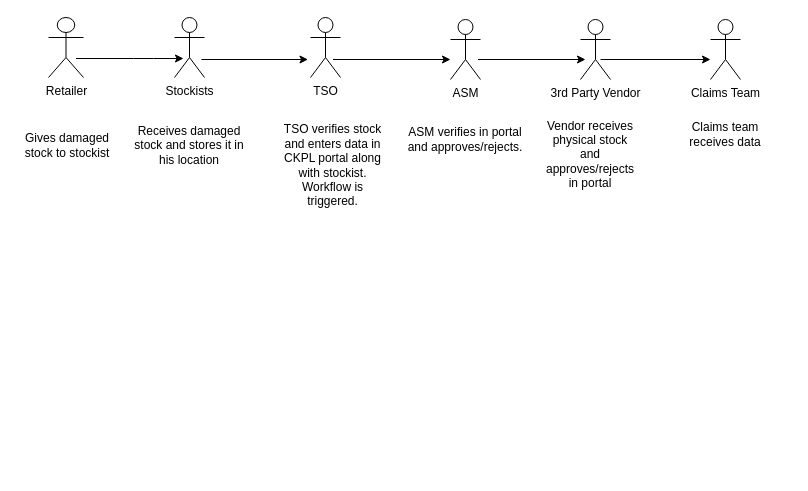
Before: images/Untitled Diagram.drawio in ashwinkumarcbe/hello-world, a draw.io diagram. Source tidied: cells renumbered, new cells numbered last; positions are measured from the earlier drawing's top-left corner, leaving out a move shared by most shapes. Both pictures are drawn from the tidied source at 100%, with x=0, y=0 at pixel (17, 17).
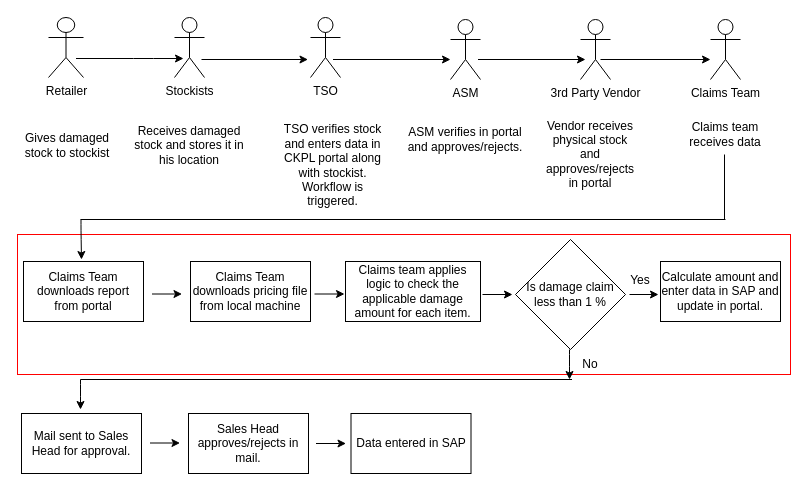
After the change.

Change to the diagram source:
```diff
@@
+    <mxCell id="19" style="rounded=0;whiteSpace=wrap;html=1;strokeColor=#FF0000;" parent="1" vertex="1">
+      <mxGeometry y="217" width="773" height="140" as="geometry" />
+    </mxCell>
@@
+    <mxCell id="20" value="Claims Team downloads report from portal" style="rounded=0;whiteSpace=wrap;html=1;" parent="1" vertex="1">
+      <mxGeometry x="6" y="244" width="120" height="60" as="geometry" />
+    </mxCell>
+    <mxCell id="21" value="Claims Team downloads pricing file from local machine" style="rounded=0;whiteSpace=wrap;html=1;" parent="1" vertex="1">
+      <mxGeometry x="173" y="244" width="120" height="60" as="geometry" />
+    </mxCell>
+    <mxCell id="22" value="Claims team applies logic to check the applicable damage amount for each item." style="rounded=0;whiteSpace=wrap;html=1;" parent="1" vertex="1">
+      <mxGeometry x="328" y="244" width="135" height="60" as="geometry" />
+    </mxCell>
+    <mxCell id="23" value="Is damage claim less than 1 %" style="rhombus;whiteSpace=wrap;html=1;" parent="1" vertex="1">
+      <mxGeometry x="498" y="222" width="110" height="110" as="geometry" />
+    </mxCell>
+    <mxCell id="24" value="Calculate amount and enter data in SAP and update in portal." style="rounded=0;whiteSpace=wrap;html=1;" parent="1" vertex="1">
+      <mxGeometry x="643" y="244" width="120" height="60" as="geometry" />
+    </mxCell>
+    <mxCell id="25" value="Mail sent to Sales Head for approval." style="rounded=0;whiteSpace=wrap;html=1;" parent="1" vertex="1">
+      <mxGeometry x="4" y="396" width="120" height="60" as="geometry" />
+    </mxCell>
+    <mxCell id="26" style="endArrow=none;html=1;" parent="1" edge="1">
+      <mxGeometry relative="1" as="geometry">
+        <mxPoint x="63" y="202" as="sourcePoint" />
+        <mxPoint x="708" y="202" as="targetPoint" />
+      </mxGeometry>
+    </mxCell>
+    <mxCell id="27" style="endArrow=none;html=1;" parent="1" edge="1">
+      <mxGeometry relative="1" as="geometry">
+        <mxPoint x="707" y="202" as="sourcePoint" />
+        <mxPoint x="707" y="137" as="targetPoint" />
+      </mxGeometry>
+    </mxCell>
+    <mxCell id="28" style="endArrow=classic;html=1;" parent="1" edge="1">
+      <mxGeometry relative="1" as="geometry">
+        <mxPoint x="134.5" y="276.5" as="sourcePoint" />
+        <mxPoint x="164.5" y="276.5" as="targetPoint" />
+      </mxGeometry>
+    </mxCell>
+    <mxCell id="29" style="endArrow=classic;html=1;" parent="1" edge="1">
+      <mxGeometry relative="1" as="geometry">
+        <mxPoint x="297" y="276.5" as="sourcePoint" />
+        <mxPoint x="327" y="276.5" as="targetPoint" />
+      </mxGeometry>
+    </mxCell>
+    <mxCell id="30" style="endArrow=classic;html=1;" parent="1" edge="1">
+      <mxGeometry relative="1" as="geometry">
+        <mxPoint x="465" y="277" as="sourcePoint" />
+        <mxPoint x="495" y="277" as="targetPoint" />
+      </mxGeometry>
+    </mxCell>
+    <mxCell id="31" style="endArrow=classic;html=1;" parent="1" edge="1">
+      <mxGeometry relative="1" as="geometry">
+        <mxPoint x="612" y="277" as="sourcePoint" />
+        <mxPoint x="641" y="277" as="targetPoint" />
+      </mxGeometry>
+    </mxCell>
+    <mxCell id="32" value="Sales Head approves/rejects in mail." style="rounded=0;whiteSpace=wrap;html=1;" parent="1" vertex="1">
+      <mxGeometry x="171" y="396" width="120" height="60" as="geometry" />
+    </mxCell>
+    <mxCell id="33" value="Data entered in SAP" style="rounded=0;whiteSpace=wrap;html=1;" parent="1" vertex="1">
+      <mxGeometry x="333.5" y="396" width="120" height="60" as="geometry" />
+    </mxCell>
+    <mxCell id="34" style="endArrow=classic;html=1;" parent="1" edge="1">
+      <mxGeometry relative="1" as="geometry">
+        <mxPoint x="132.5" y="425.5" as="sourcePoint" />
+        <mxPoint x="162.5" y="425.5" as="targetPoint" />
+      </mxGeometry>
+    </mxCell>
+    <mxCell id="35" style="endArrow=classic;html=1;" parent="1" edge="1">
+      <mxGeometry relative="1" as="geometry">
+        <mxPoint x="298.5" y="426" as="sourcePoint" />
+        <mxPoint x="328.5" y="426" as="targetPoint" />
+      </mxGeometry>
+    </mxCell>
+    <mxCell id="36" value="Yes" style="text;html=1;strokeColor=none;fillColor=none;align=center;verticalAlign=middle;whiteSpace=wrap;rounded=0;" parent="1" vertex="1">
+      <mxGeometry x="608" y="262" width="30" as="geometry" />
+    </mxCell>
+    <mxCell id="37" style="endArrow=none;html=1;" parent="1" edge="1">
+      <mxGeometry relative="1" as="geometry">
+        <mxPoint x="63" y="362" as="sourcePoint" />
+        <mxPoint x="554.5" y="362" as="targetPoint" />
+      </mxGeometry>
+    </mxCell>
+    <mxCell id="38" style="endArrow=classic;html=1;" parent="1" edge="1">
+      <mxGeometry relative="1" as="geometry">
+        <mxPoint x="552" y="332" as="sourcePoint" />
+        <mxPoint x="552" y="362" as="targetPoint" />
+        <Array as="points">
+          <mxPoint x="552" y="342" />
+        </Array>
+      </mxGeometry>
+    </mxCell>
+    <mxCell id="39" value="No" style="text;html=1;strokeColor=none;fillColor=none;align=center;verticalAlign=middle;whiteSpace=wrap;rounded=0;" parent="1" vertex="1">
+      <mxGeometry x="558" y="342" width="30" height="10" as="geometry" />
+    </mxCell>
+    <mxCell id="40" style="endArrow=classic;html=1;" parent="1" edge="1">
+      <mxGeometry relative="1" as="geometry">
+        <mxPoint x="63" y="362" as="sourcePoint" />
+        <mxPoint x="63" y="392" as="targetPoint" />
+        <Array as="points">
+          <mxPoint x="63" y="372" />
+        </Array>
+      </mxGeometry>
+    </mxCell>
+    <mxCell id="41" style="endArrow=classic;html=1;" parent="1" edge="1">
+      <mxGeometry relative="1" as="geometry">
+        <mxPoint x="63.5" y="202" as="sourcePoint" />
+        <mxPoint x="64" y="242" as="targetPoint" />
+        <Array as="points">
+          <mxPoint x="63.5" y="212" />
+        </Array>
+      </mxGeometry>
+    </mxCell>
```
